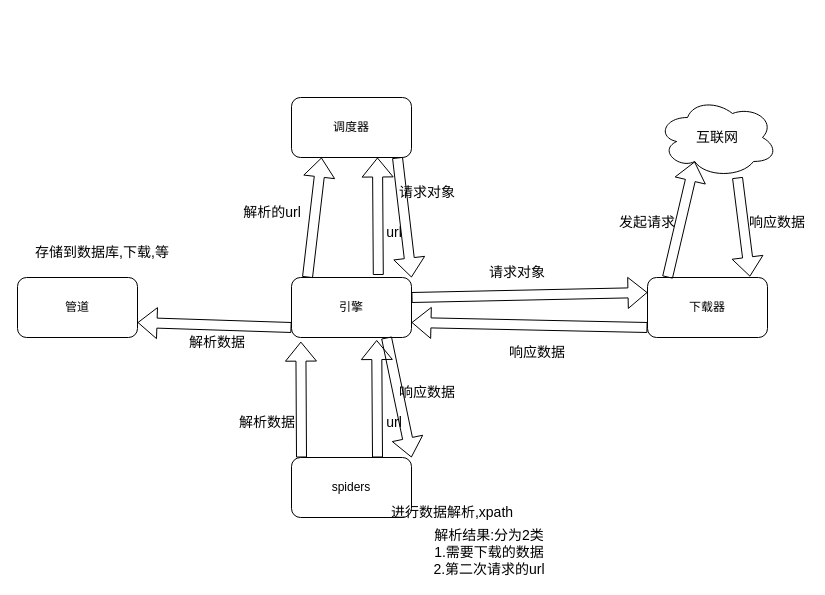
Above: scrapy.drawio in xp-bear/drawio (draw.io), before the change. Source tidied: cells renumbered, new cells numbered last; positions are measured from the earlier drawing's top-left corner, leaving out a move shared by most shapes. Both pictures are drawn from the tidied source at 100%, with x=0, y=0 at pixel (17, 97).
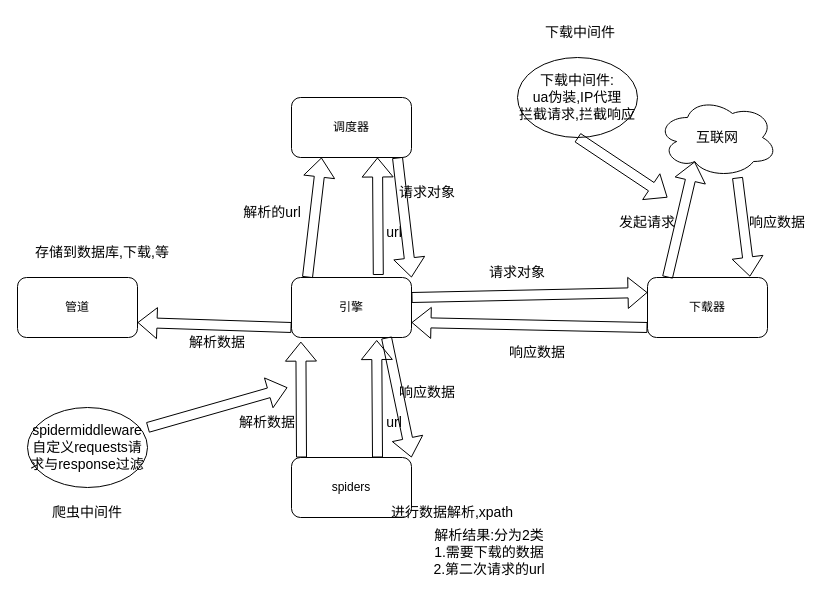
After the change.

The edit, as a diff of the source:
```diff
@@
+    <mxCell id="33" value="下载中间件:&lt;br&gt;ua伪装,IP代理&lt;br&gt;拦截请求,拦截响应" style="ellipse;whiteSpace=wrap;html=1;fontSize=14;" parent="1" vertex="1">
+      <mxGeometry x="500" y="-40" width="120" height="80" as="geometry" />
+    </mxCell>
+    <mxCell id="34" style="shape=flexArrow;endArrow=classic;html=1;rounded=0;fontSize=14;" parent="1" edge="1">
+      <mxGeometry relative="1" as="geometry">
+        <mxPoint x="560" y="40" as="sourcePoint" />
+        <mxPoint x="650" y="100" as="targetPoint" />
+      </mxGeometry>
+    </mxCell>
+    <mxCell id="35" value="&lt;font style=&quot;font-size: 14px;&quot;&gt;下载中间件&lt;/font&gt;" style="text;html=1;strokeColor=none;fillColor=none;align=center;verticalAlign=middle;whiteSpace=wrap;rounded=0;" parent="1" vertex="1">
+      <mxGeometry x="520" y="-80" width="86" height="30" as="geometry" />
+    </mxCell>
+    <mxCell id="36" value="spidermiddleware&lt;br&gt;自定义requests请求与response过滤" style="ellipse;whiteSpace=wrap;html=1;fontSize=14;" parent="1" vertex="1">
+      <mxGeometry x="10" y="310" width="120" height="80" as="geometry" />
+    </mxCell>
+    <mxCell id="37" value="&lt;font style=&quot;font-size: 14px;&quot;&gt;爬虫中间件&lt;/font&gt;" style="text;html=1;strokeColor=none;fillColor=none;align=center;verticalAlign=middle;whiteSpace=wrap;rounded=0;" parent="1" vertex="1">
+      <mxGeometry x="27" y="400" width="86" height="30" as="geometry" />
+    </mxCell>
+    <mxCell id="38" style="shape=flexArrow;endArrow=classic;html=1;rounded=0;fontSize=14;" parent="1" edge="1">
+      <mxGeometry relative="1" as="geometry">
+        <mxPoint x="130" y="330" as="sourcePoint" />
+        <mxPoint x="270" y="290" as="targetPoint" />
+      </mxGeometry>
+    </mxCell>
```
